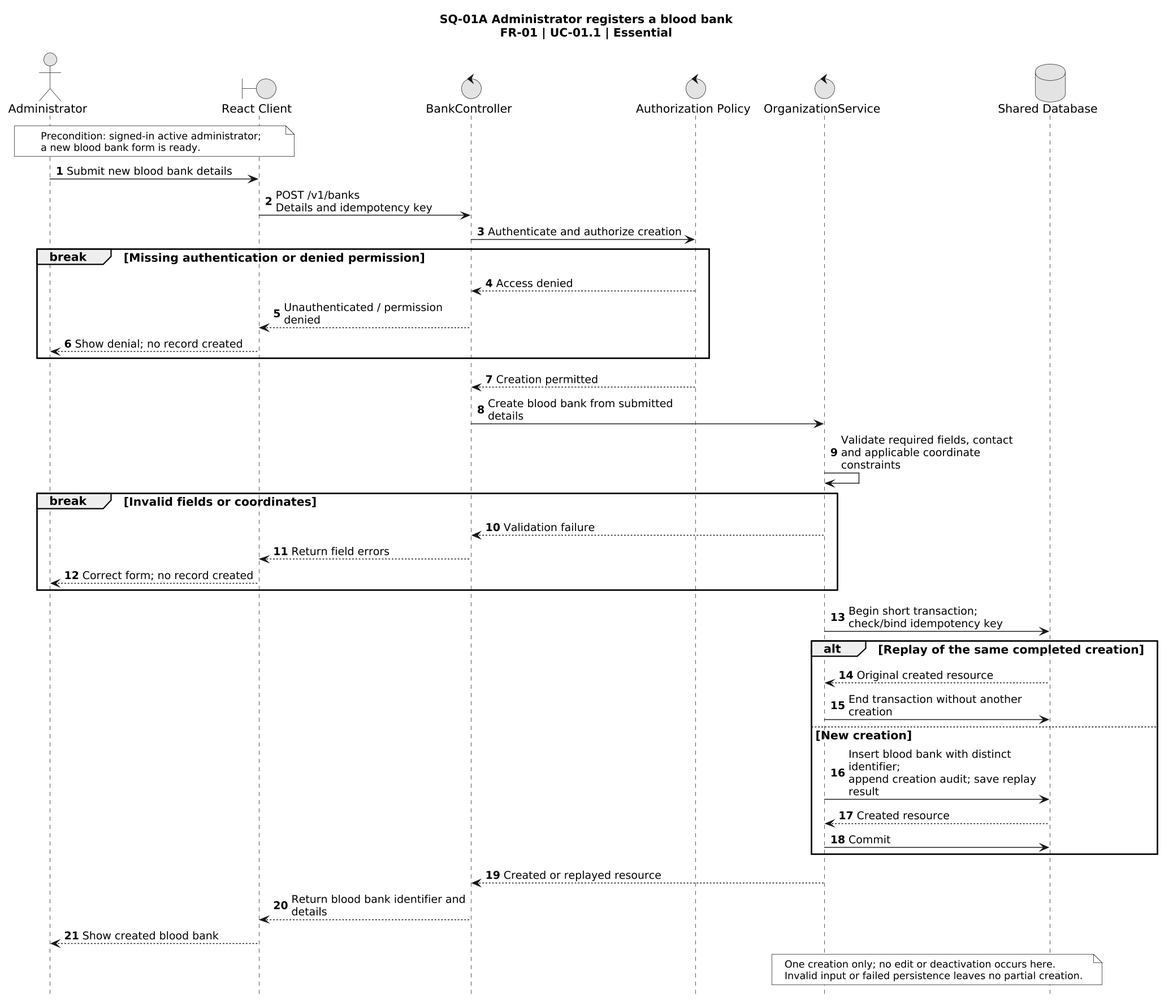
Above: docs/uml/Sequence/SQ-01A-CreateBank.png in TitanDevX/BloodBankPlatformUni (PlantUML), before the change.
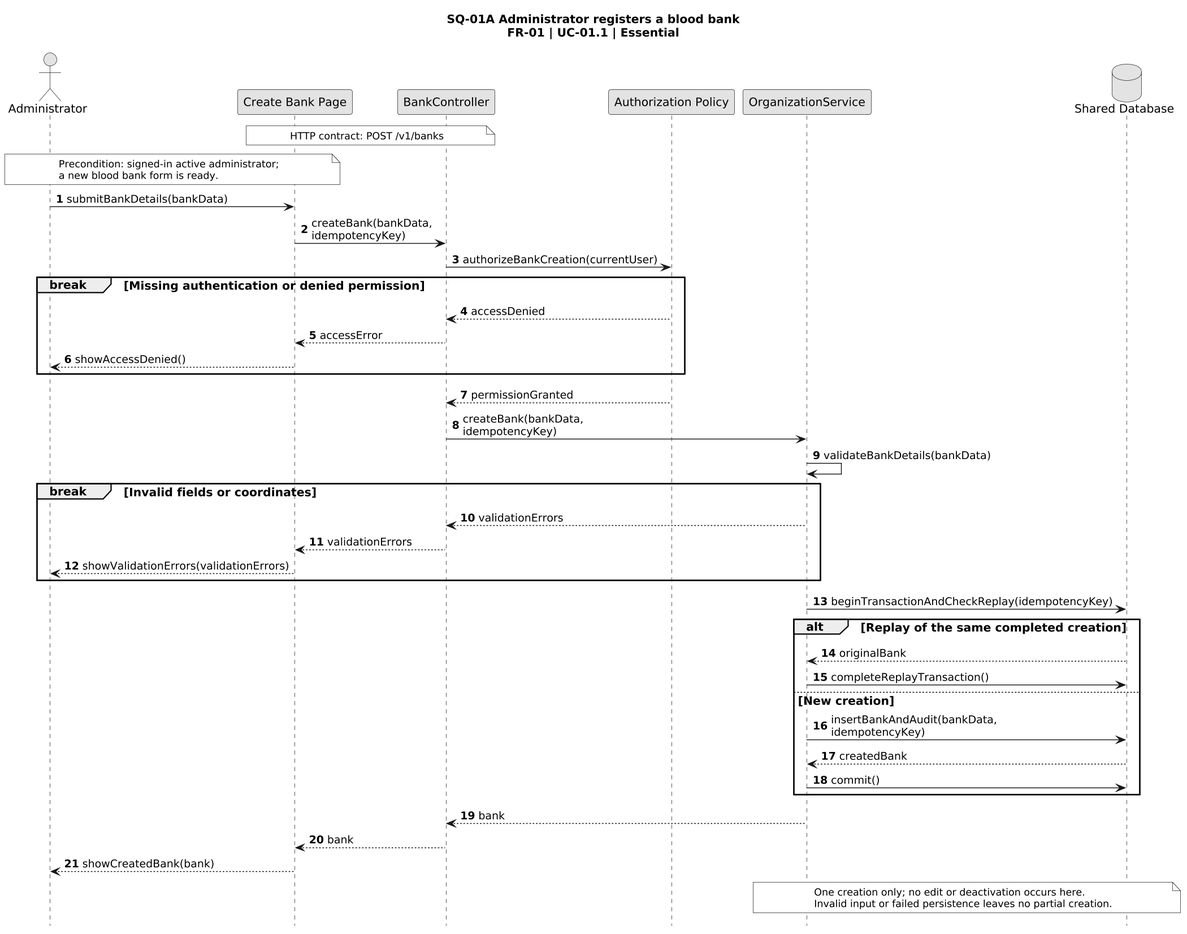
The same file after the commit.

What changed in the source:
```diff
@@ -11,43 +11,46 @@
 skinparam maxMessageSize 240
 autonumber
 actor Administrator as Admin
-boundary "React Client" as Client
-control "BankController" as Ctrl
-control "Authorization Policy" as Policy
-control "OrganizationService" as Svc
+participant "Create Bank Page" as Client
+participant "BankController" as Ctrl
+participant "Authorization Policy" as Policy
+participant "OrganizationService" as Svc
 database "Shared Database" as DB
+note over Client, Ctrl
+ HTTP contract: POST /v1/banks
+end note
 note over Admin, Client
  Precondition: signed-in active administrator;
  a new blood bank form is ready.
 end note
-Admin -> Client: Submit new blood bank details
-Client -> Ctrl: POST /v1/banks\nDetails and idempotency key
-Ctrl -> Policy: Authenticate and authorize creation
+Admin -> Client: submitBankDetails(bankData)
+Client -> Ctrl: createBank(bankData, idempotencyKey)
+Ctrl -> Policy: authorizeBankCreation(currentUser)
 break Missing authentication or denied permission
- Policy --> Ctrl: Access denied
- Ctrl --> Client: Unauthenticated / permission denied
- Client --> Admin: Show denial; no record created
+ Policy --> Ctrl: accessDenied
+ Ctrl --> Client: accessError
+ Client --> Admin: showAccessDenied()
 end
-Policy --> Ctrl: Creation permitted
-Ctrl -> Svc: Create blood bank from submitted details
-Svc -> Svc: Validate required fields, contact\nand applicable coordinate constraints
+Policy --> Ctrl: permissionGranted
+Ctrl -> Svc: createBank(bankData, idempotencyKey)
+Svc -> Svc: validateBankDetails(bankData)
 break Invalid fields or coordinates
- Svc --> Ctrl: Validation failure
- Ctrl --> Client: Return field errors
- Client --> Admin: Correct form; no record created
+ Svc --> Ctrl: validationErrors
+ Ctrl --> Client: validationErrors
+ Client --> Admin: showValidationErrors(validationErrors)
 end
-Svc -> DB: Begin short transaction;\ncheck/bind idempotency key
+Svc -> DB: beginTransactionAndCheckReplay(idempotencyKey)
 alt Replay of the same completed creation
- DB --> Svc: Original created resource
- Svc -> DB: End transaction without another creation
+ DB --> Svc: originalBank
+ Svc -> DB: completeReplayTransaction()
 else New creation
- Svc -> DB: Insert blood bank with distinct identifier;\nappend creation audit; save replay result
- DB --> Svc: Created resource
- Svc -> DB: Commit
+ Svc -> DB: insertBankAndAudit(bankData, idempotencyKey)
+ DB --> Svc: createdBank
+ Svc -> DB: commit()
 end
-Svc --> Ctrl: Created or replayed resource
-Ctrl --> Client: Return blood bank identifier and details
-Client --> Admin: Show created blood bank
+Svc --> Ctrl: bank
+Ctrl --> Client: bank
+Client --> Admin: showCreatedBank(bank)
 note over Svc, DB
  One creation only; no edit or deactivation occurs here.
  Invalid input or failed persistence leaves no partial creation.
```
